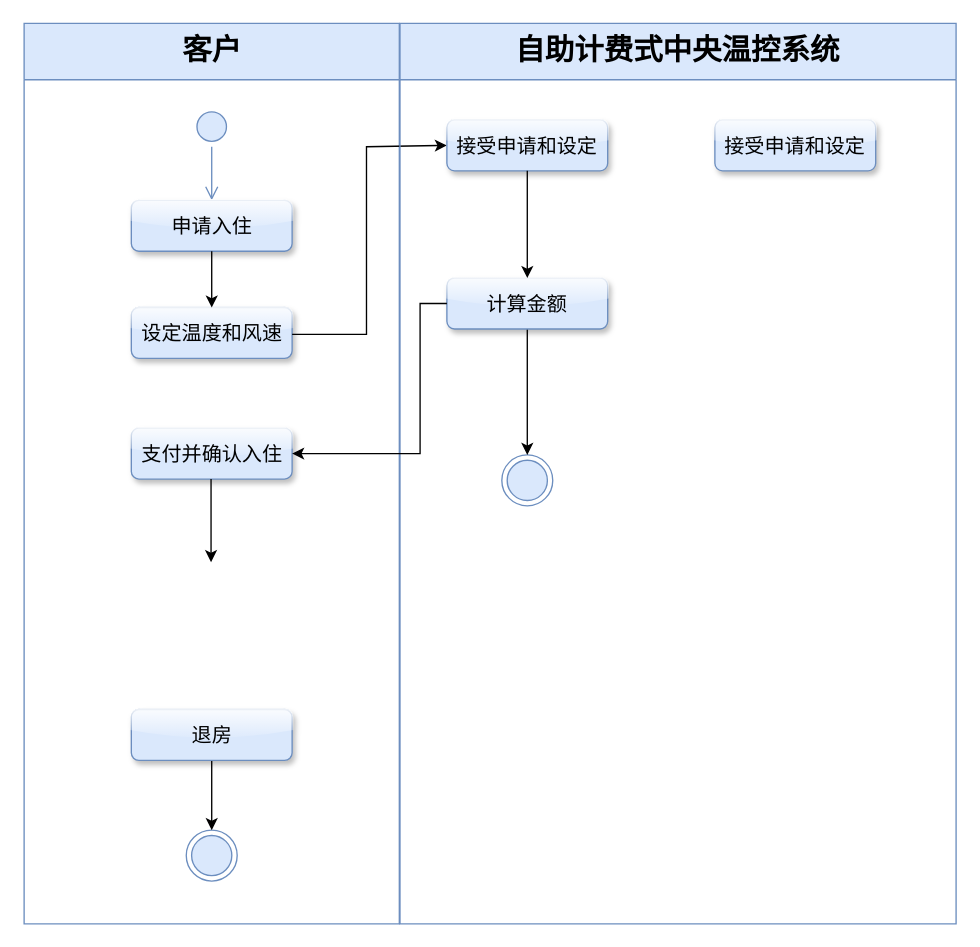
RuspeciaNervld/DrawIO keeps this draw.io diagram as 软工绘图.drawio. Above is the earlier version. Source tidied: cells renumbered, new cells numbered last; positions are measured from the earlier drawing's top-left corner, leaving out a move shared by most shapes. Both pictures are drawn from the tidied source at 134%, with x=0, y=0 at pixel (23, 23).
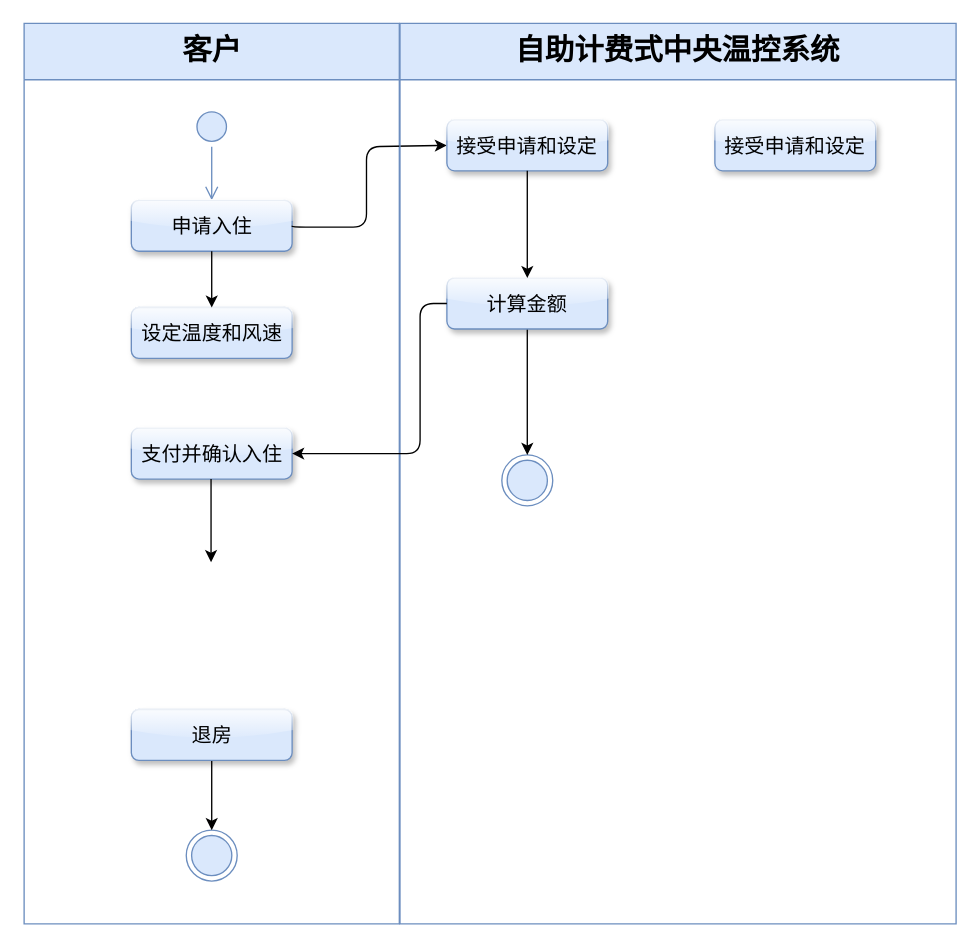
The same diagram, later.

Commit message (it also covers changes not shown here):
更新软工绘图.drawio

Unchanged cells that the change refers to:
```xml
<mxCell id="5" value="&lt;span style=&quot;font-size: 15px;&quot;&gt;申请入住&lt;/span&gt;" style="whiteSpace=wrap;html=1;fillColor=#dae8fc;strokeColor=#6c8ebf;rounded=1;fillStyle=auto;gradientColor=none;shadow=1;glass=1;" parent="2" vertex="1">
  <mxGeometry x="80" y="132" width="120" height="38" as="geometry" />
</mxCell>
<mxCell id="7" value="&lt;span style=&quot;font-size: 15px;&quot;&gt;支付并确认入住&lt;/span&gt;" style="whiteSpace=wrap;html=1;fillColor=#dae8fc;strokeColor=#6c8ebf;rounded=1;fillStyle=auto;gradientColor=none;shadow=1;glass=1;" parent="2" vertex="1">
  <mxGeometry x="80" y="302" width="120" height="38" as="geometry" />
</mxCell>
<mxCell id="8" value="&lt;span style=&quot;font-size: 15px;&quot;&gt;设定温度和风速&lt;/span&gt;" style="whiteSpace=wrap;html=1;fillColor=#dae8fc;strokeColor=#6c8ebf;rounded=1;fillStyle=auto;gradientColor=none;shadow=1;glass=1;" parent="2" vertex="1">
  <mxGeometry x="80" y="212" width="120" height="38" as="geometry" />
</mxCell>
<mxCell id="15" value="&lt;span style=&quot;font-size: 15px;&quot;&gt;接受申请和设定&lt;/span&gt;" style="whiteSpace=wrap;html=1;fillColor=#dae8fc;strokeColor=#6c8ebf;rounded=1;fillStyle=auto;gradientColor=none;shadow=1;glass=1;" parent="14" vertex="1">
  <mxGeometry x="35" y="72" width="120" height="38" as="geometry" />
</mxCell>
<mxCell id="18" value="&lt;span style=&quot;font-size: 15px;&quot;&gt;计算金额&lt;/span&gt;" style="whiteSpace=wrap;html=1;fillColor=#dae8fc;strokeColor=#6c8ebf;rounded=1;fillStyle=auto;gradientColor=none;shadow=1;glass=1;" parent="14" vertex="1">
  <mxGeometry x="35" y="190" width="120" height="38" as="geometry" />
</mxCell>
```

Change to the diagram source:
```diff
@@
-    <mxCell id="13" style="edgeStyle=orthogonalEdgeStyle;rounded=0;jettySize=auto;html=1;entryX=0;entryY=0.5;entryDx=0;entryDy=0;" parent="1" edge="1" source="8" target="15">
+    <mxCell id="13" style="edgeStyle=orthogonalEdgeStyle;rounded=1;jettySize=auto;html=1;entryX=0;entryY=0.5;entryDx=0;entryDy=0;exitX=1;exitY=0.5;exitDx=0;exitDy=0;curved=0;" parent="1" edge="1" source="5" target="15">
       <mxGeometry relative="1" as="geometry">
         <Array as="points">
-          <mxPoint x="256" y="232" />
+          <mxPoint x="201" y="152" />
+          <mxPoint x="256" y="152" />
           <mxPoint x="256" y="92" />
-          <mxPoint x="316" y="92" />
         </Array>
       </mxGeometry>
     </mxCell>
@@
-    <mxCell id="20" style="edgeStyle=orthogonalEdgeStyle;rounded=0;jettySize=auto;html=1;entryX=1;entryY=0.5;entryDx=0;entryDy=0;" parent="1" edge="1" source="18" target="7">
+    <mxCell id="20" style="edgeStyle=orthogonalEdgeStyle;rounded=1;jettySize=auto;html=1;entryX=1;entryY=0.5;entryDx=0;entryDy=0;curved=0;" parent="1" edge="1" source="18" target="7">
       <mxGeometry relative="1" as="geometry">
         <Array as="points">
           <mxPoint x="296" y="209" />
           <mxPoint x="296" y="321" />
         </Array>
       </mxGeometry>
     </mxCell>
```
